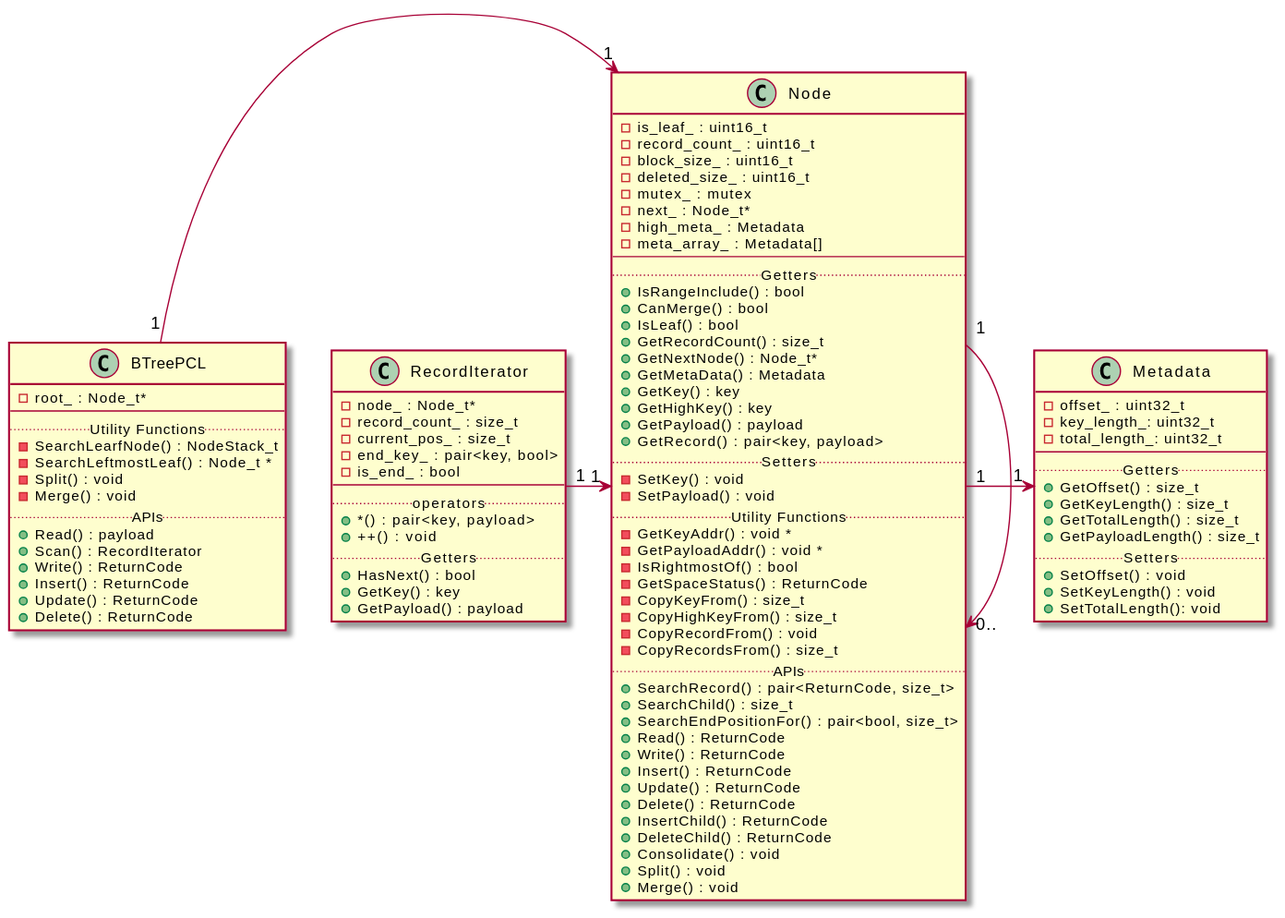
Before: design_doc/figures/b_tree_pcl_class.svg, a diagram exported from PlantUML (dbgroup-nagoya-u/b-tree).
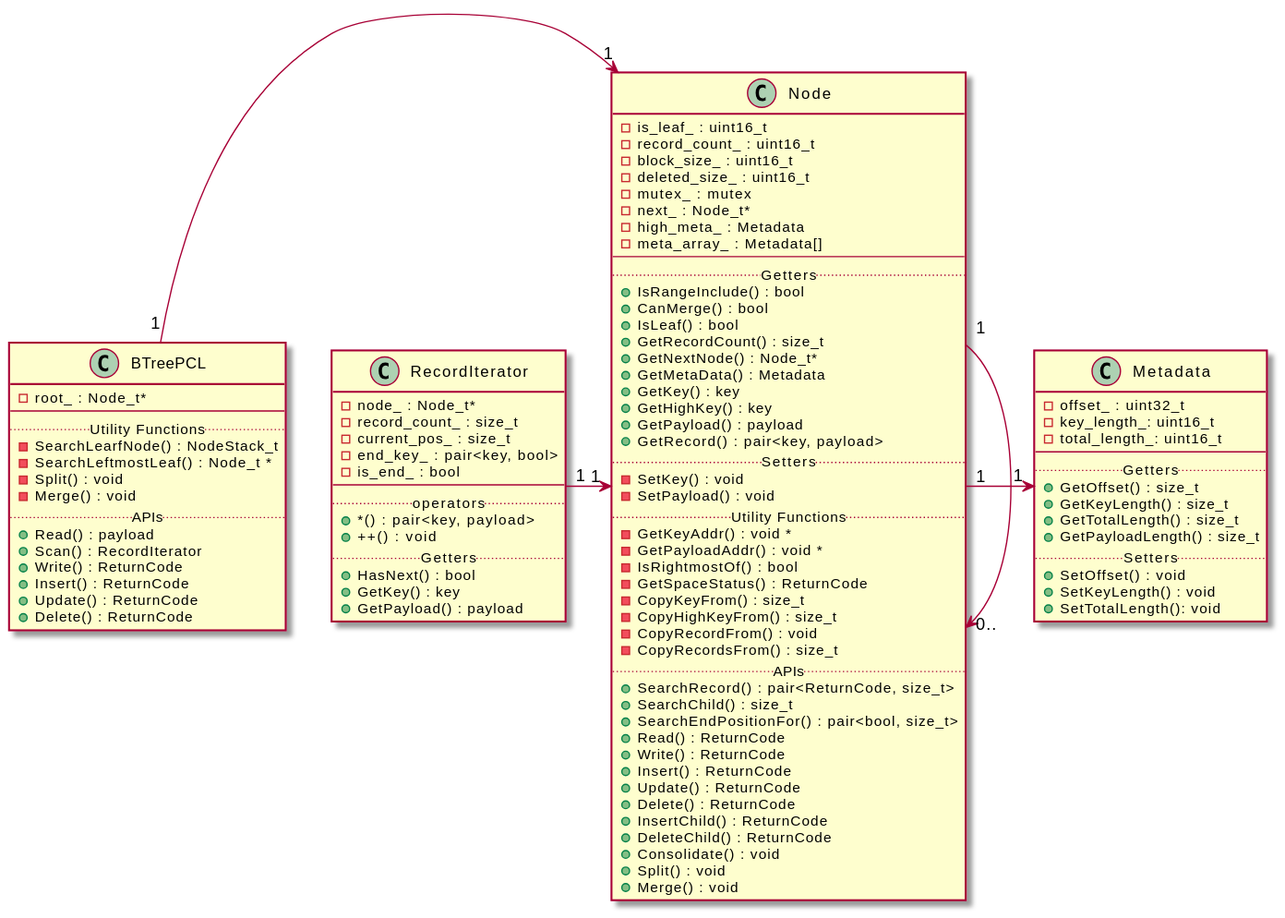
Above is the later version.

What changed in the source:
```diff
@@ -68,8 +68,8 @@
 
 class Metadata{
   -offset_ : uint32_t
-  -key_length_: uint32_t
-  -total_length_: uint32_t
+  -key_length_: uint16_t
+  -total_length_: uint16_t
 --
 .. Getters ..
   +GetOffset() : size_t
```
